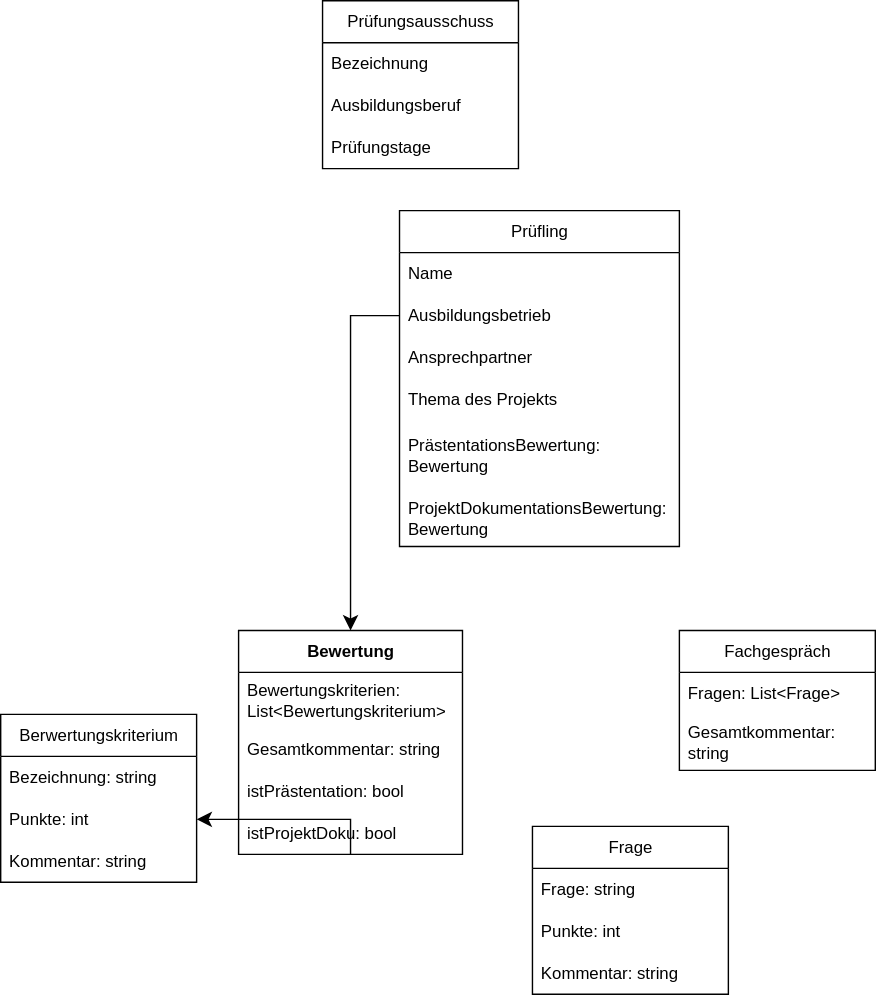
AE12-Projekt-Gruppe-7/EvalPro keeps this draw.io diagram as docs/diagramms/Datenbank.drawio.svg. Above is the earlier version. Source tidied: cells renumbered, new cells last; positions are measured from the earlier drawing's top-left corner, leaving out a move shared by most shapes.
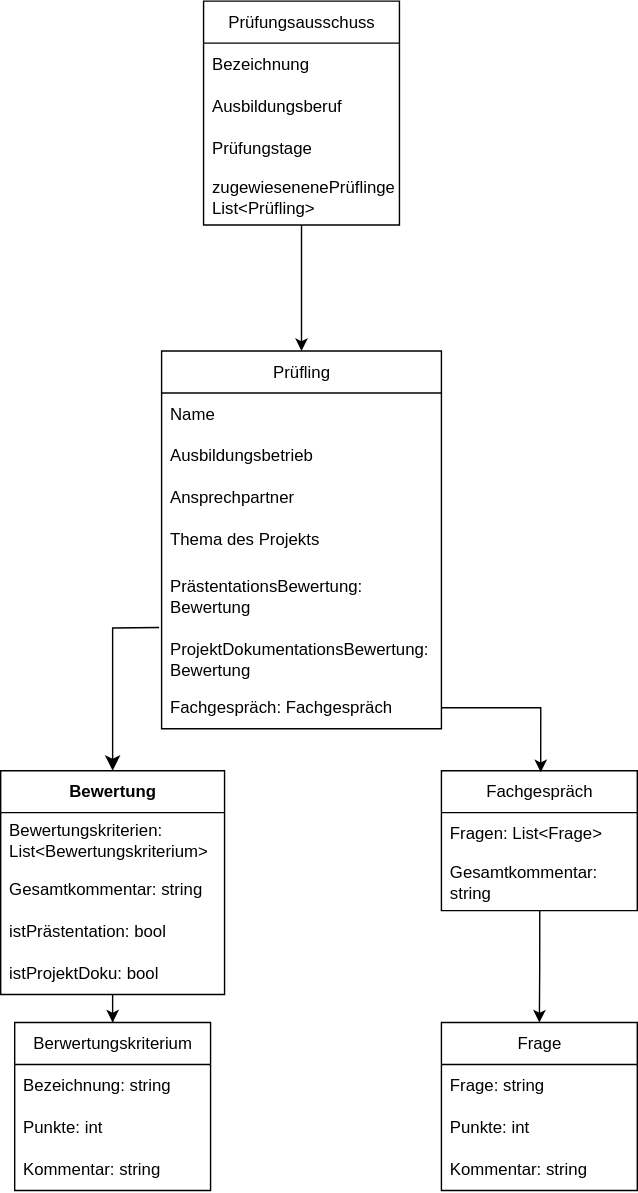
The same diagram one commit later.

The edit, as a diff of the source:
```diff
@@ -3,7 +3,7 @@
     <mxCell id="0" />
     <mxCell id="1" parent="0" />
     <mxCell id="2" value="Prüfling" style="swimlane;fontStyle=0;horizontal=1;startSize=30;whiteSpace=wrap;html=1;labelBackgroundColor=none;" parent="1" vertex="1">
-      <mxGeometry x="285" y="150" width="200" height="240" as="geometry" />
+      <mxGeometry x="285" y="150" width="200" height="270" as="geometry" />
     </mxCell>
     <mxCell id="3" value="Name" style="text;strokeColor=none;fillColor=none;align=left;verticalAlign=middle;spacingLeft=4;spacingRight=4;overflow=hidden;whiteSpace=wrap;html=1;labelBackgroundColor=none;" parent="2" vertex="1">
       <mxGeometry y="30" width="200" height="30" as="geometry" />
@@ -23,8 +23,14 @@
     <mxCell id="8" value="ProjektDokumentationsBewertung: Bewertung" style="text;strokeColor=none;fillColor=none;align=left;verticalAlign=middle;spacingLeft=4;spacingRight=4;overflow=hidden;points=[[0,0.5],[1,0.5]];portConstraint=eastwest;whiteSpace=wrap;html=1;labelBackgroundColor=none;" parent="2" vertex="1">
       <mxGeometry y="200" width="200" height="40" as="geometry" />
     </mxCell>
+    <mxCell id="31" value="Fachgespräch: Fachgespräch" style="text;strokeColor=none;fillColor=none;align=left;verticalAlign=middle;spacingLeft=4;spacingRight=4;overflow=hidden;points=[[0,0.5],[1,0.5]];portConstraint=eastwest;whiteSpace=wrap;html=1;labelBackgroundColor=none;" parent="2" vertex="1">
+      <mxGeometry y="240" width="200" height="30" as="geometry" />
+    </mxCell>
+    <mxCell id="32" style="edgeStyle=orthogonalEdgeStyle;rounded=0;jettySize=auto;html=1;entryX=0.5;entryY=0;entryDx=0;entryDy=0;" parent="1" edge="1" source="9" target="2">
+      <mxGeometry relative="1" as="geometry" />
+    </mxCell>
     <mxCell id="9" value="&lt;div&gt;Prüfungsausschuss&lt;/div&gt;" style="swimlane;fontStyle=0;horizontal=1;startSize=30;whiteSpace=wrap;html=1;labelBackgroundColor=none;" parent="1" vertex="1">
-      <mxGeometry x="230" width="140" height="120" as="geometry" />
+      <mxGeometry x="315" y="-100" width="140" height="160" as="geometry" />
     </mxCell>
     <mxCell id="10" value="Bezeichnung" style="text;strokeColor=none;fillColor=none;align=left;verticalAlign=middle;spacingLeft=4;spacingRight=4;overflow=hidden;whiteSpace=wrap;html=1;labelBackgroundColor=none;" parent="9" vertex="1">
       <mxGeometry y="30" width="140" height="30" as="geometry" />
@@ -35,13 +41,12 @@
     <mxCell id="12" value="Prüfungstage" style="text;strokeColor=none;fillColor=none;align=left;verticalAlign=middle;spacingLeft=4;spacingRight=4;overflow=hidden;whiteSpace=wrap;html=1;labelBackgroundColor=none;" parent="9" vertex="1">
       <mxGeometry y="90" width="140" height="30" as="geometry" />
     </mxCell>
-    <mxCell id="13" style="edgeStyle=none;curved=0;rounded=0;jettySize=auto;html=1;entryX=1;entryY=0.5;entryDx=0;entryDy=0;fontSize=12;startSize=8;endSize=8;labelBackgroundColor=none;fontColor=default;" parent="1" edge="1" source="14" target="28">
-      <mxGeometry relative="1" as="geometry">
-        <Array as="points">
-          <mxPoint x="250" y="585" />
-        </Array>
-      </mxGeometry>
-    </mxCell>
+    <mxCell id="33" value="zugewiesenenePrüflinge: List&amp;lt;Prüfling&amp;gt;" style="text;strokeColor=none;fillColor=none;align=left;verticalAlign=middle;spacingLeft=4;spacingRight=4;overflow=hidden;whiteSpace=wrap;html=1;labelBackgroundColor=none;" parent="9" vertex="1">
+      <mxGeometry y="120" width="140" height="40" as="geometry" />
+    </mxCell>
+    <mxCell id="34" style="edgeStyle=orthogonalEdgeStyle;rounded=0;jettySize=auto;html=1;entryX=0.5;entryY=0;entryDx=0;entryDy=0;" parent="1" edge="1" source="14" target="26">
+      <mxGeometry relative="1" as="geometry" />
+    </mxCell>
     <mxCell id="14" value="&lt;b&gt;Bewertung&lt;/b&gt;" style="swimlane;fontStyle=0;horizontal=1;startSize=30;whiteSpace=wrap;html=1;labelBackgroundColor=none;" parent="1" vertex="1">
       <mxGeometry x="170" y="450" width="160" height="160" as="geometry" />
     </mxCell>
@@ -57,6 +62,9 @@
     <mxCell id="18" value="istProjektDoku: bool" style="text;strokeColor=none;fillColor=none;align=left;verticalAlign=middle;spacingLeft=4;spacingRight=4;overflow=hidden;whiteSpace=wrap;html=1;labelBackgroundColor=none;" parent="14" vertex="1">
       <mxGeometry y="130" width="160" height="30" as="geometry" />
     </mxCell>
+    <mxCell id="35" style="edgeStyle=orthogonalEdgeStyle;rounded=0;jettySize=auto;html=1;entryX=0.5;entryY=0;entryDx=0;entryDy=0;exitX=0.502;exitY=0.996;exitDx=0;exitDy=0;exitPerimeter=0;" parent="1" edge="1" source="21" target="22">
+      <mxGeometry relative="1" as="geometry" />
+    </mxCell>
     <mxCell id="19" value="Fachgespräch" style="swimlane;fontStyle=0;horizontal=1;startSize=30;whiteSpace=wrap;html=1;perimeterSpacing=11;fontSize=12;labelBackgroundColor=none;" parent="1" vertex="1">
       <mxGeometry x="485" y="450" width="140" height="100" as="geometry" />
     </mxCell>
@@ -67,7 +75,7 @@
       <mxGeometry y="60" width="140" height="40" as="geometry" />
     </mxCell>
     <mxCell id="22" value="Frage" style="swimlane;fontStyle=0;horizontal=1;startSize=30;whiteSpace=wrap;html=1;labelBackgroundColor=none;" parent="1" vertex="1">
-      <mxGeometry x="380" y="590" width="140" height="120" as="geometry" />
+      <mxGeometry x="485" y="630" width="140" height="120" as="geometry" />
     </mxCell>
     <mxCell id="23" value="Frage: string" style="text;strokeColor=none;fillColor=none;align=left;verticalAlign=middle;spacingLeft=4;spacingRight=4;overflow=hidden;whiteSpace=wrap;html=1;labelBackgroundColor=none;" parent="22" vertex="1">
       <mxGeometry y="30" width="140" height="30" as="geometry" />
@@ -79,7 +87,7 @@
       <mxGeometry y="90" width="140" height="30" as="geometry" />
     </mxCell>
     <mxCell id="26" value="Berwertungskriterium" style="swimlane;fontStyle=0;horizontal=1;startSize=30;whiteSpace=wrap;html=1;labelBackgroundColor=none;" parent="1" vertex="1">
-      <mxGeometry y="510" width="140" height="120" as="geometry" />
+      <mxGeometry x="180" y="630" width="140" height="120" as="geometry" />
     </mxCell>
     <mxCell id="27" value="Bezeichnung: string" style="text;strokeColor=none;fillColor=none;align=left;verticalAlign=middle;spacingLeft=4;spacingRight=4;overflow=hidden;whiteSpace=wrap;html=1;labelBackgroundColor=none;" parent="26" vertex="1">
       <mxGeometry y="30" width="140" height="30" as="geometry" />
@@ -90,12 +98,15 @@
     <mxCell id="29" value="Kommentar: string" style="text;strokeColor=none;fillColor=none;align=left;verticalAlign=middle;spacingLeft=4;spacingRight=4;overflow=hidden;whiteSpace=wrap;html=1;labelBackgroundColor=none;" parent="26" vertex="1">
       <mxGeometry y="90" width="140" height="30" as="geometry" />
     </mxCell>
-    <mxCell id="30" style="edgeStyle=none;curved=0;rounded=0;jettySize=auto;html=1;entryX=0.5;entryY=0;entryDx=0;entryDy=0;fontSize=12;startSize=8;endSize=8;exitX=0;exitY=0.5;exitDx=0;exitDy=0;labelBackgroundColor=none;fontColor=default;" parent="1" edge="1" source="4" target="14">
+    <mxCell id="30" style="edgeStyle=none;curved=0;rounded=0;jettySize=auto;html=1;entryX=0.5;entryY=0;entryDx=0;entryDy=0;fontSize=12;startSize=8;endSize=8;exitX=-0.009;exitY=-0.059;exitDx=0;exitDy=0;labelBackgroundColor=none;fontColor=default;exitPerimeter=0;" parent="1" edge="1" source="8" target="14">
       <mxGeometry relative="1" as="geometry">
         <Array as="points">
-          <mxPoint x="250" y="225" />
+          <mxPoint x="250" y="348" />
         </Array>
       </mxGeometry>
     </mxCell>
+    <mxCell id="36" style="edgeStyle=orthogonalEdgeStyle;rounded=0;jettySize=auto;html=1;entryX=0.506;entryY=0.099;entryDx=0;entryDy=0;entryPerimeter=0;" parent="1" edge="1" source="31" target="19">
+      <mxGeometry relative="1" as="geometry" />
+    </mxCell>
   </root>
 </mxGraphModel>
```
